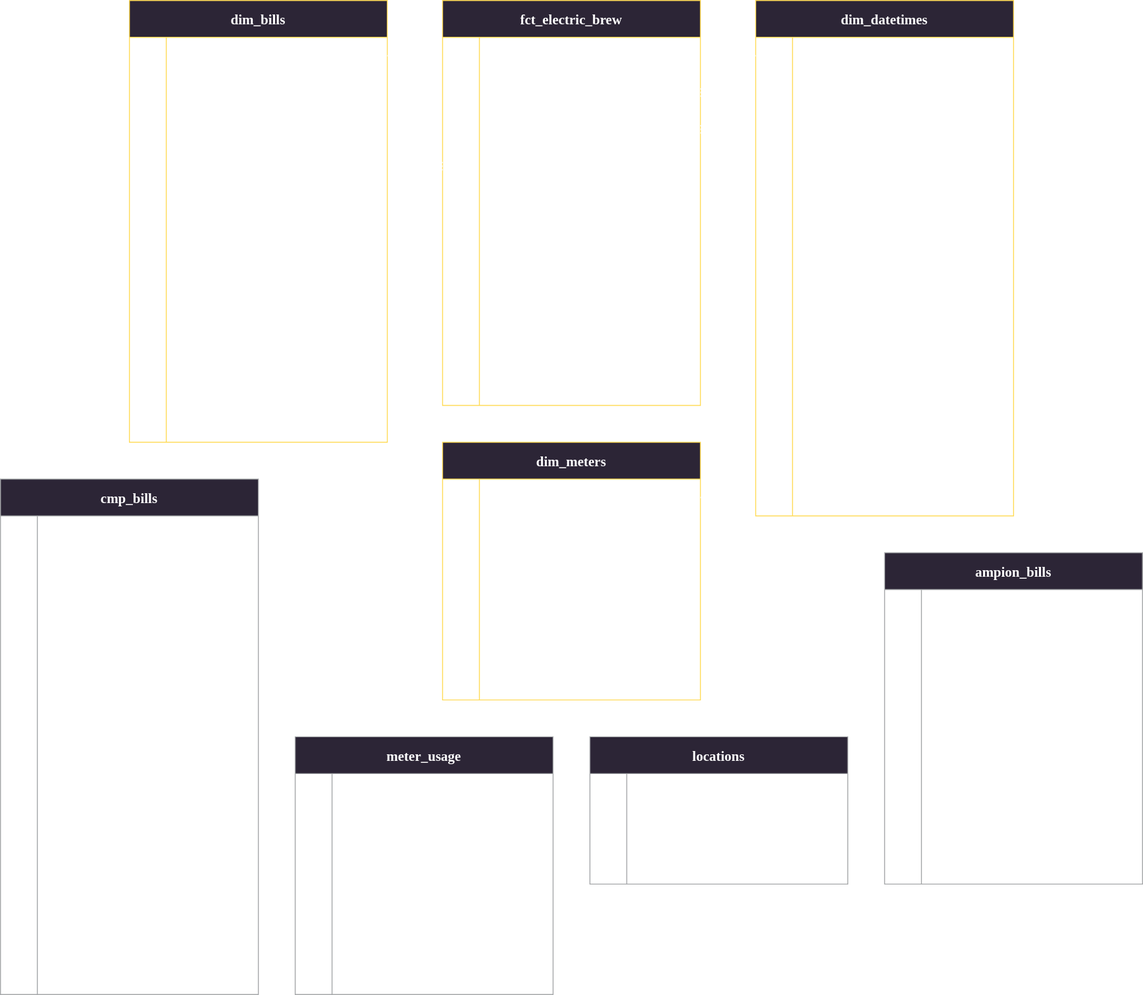
jparkington/Electric-Brew keeps this draw.io diagram as fig/lineage/erd.drawio.svg. Above is the earlier version. Source tidied: cells renumbered, new cells last; positions are measured from the earlier drawing's top-left corner, leaving out a move shared by most shapes.
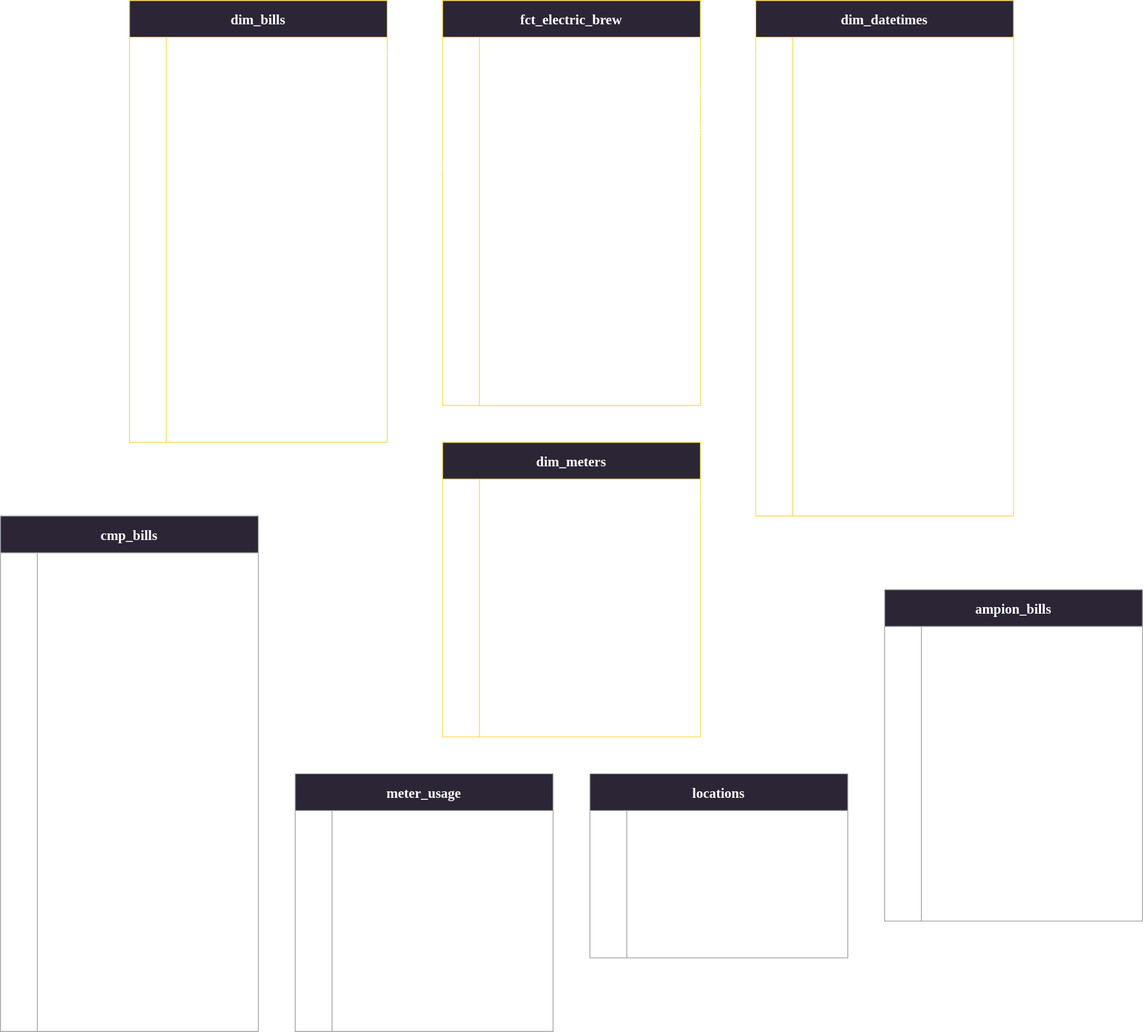
After the change.

What changed in the source:
```diff
@@ -3,7 +3,7 @@
     <mxCell id="0" />
     <mxCell id="1" parent="0" />
     <mxCell id="2" value="meter_usage" style="shape=table;startSize=40;rowLines=0;fontStyle=1;align=center;fontFamily=Menlo;fillColor=#2C2536;fontSize=15;fontColor=#FFFFFF;strokeColor=#A5A7A9;" parent="1" vertex="1">
-      <mxGeometry x="320" y="800" width="280" height="280" as="geometry" />
+      <mxGeometry x="320" y="840" width="280" height="280" as="geometry" />
     </mxCell>
     <mxCell id="3" style="shape=tableRow;horizontal=0;startSize=0;swimlaneHead=0;swimlaneBody=0;fillColor=none;top=0;left=0;right=0;bottom=0;fontFamily=Menlo;fontStyle=0;fontColor=#FFFFFF;strokeColor=#FFFFFF;" parent="2" vertex="1">
       <mxGeometry y="40" width="280" height="40" as="geometry" />
@@ -255,7 +255,7 @@
       <mxGeometry x="40" width="240" height="40" as="geometry" />
     </mxCell>
     <mxCell id="86" value="dim_meters" style="shape=table;startSize=40;rowLines=0;fontStyle=1;align=center;fontFamily=Menlo;fillColor=#2C2536;fontSize=15;fontColor=#FFFFFF;strokeColor=#FFDB58;" parent="1" vertex="1">
-      <mxGeometry x="480" y="480" width="280" height="280" as="geometry" />
+      <mxGeometry x="480" y="480" width="280" height="320" as="geometry" />
     </mxCell>
     <mxCell id="87" style="shape=tableRow;horizontal=0;startSize=0;swimlaneHead=0;swimlaneBody=0;fillColor=none;points=[[0,0.5],[1,0.5]];portConstraint=eastwest;top=0;left=0;right=0;bottom=0;fontFamily=Menlo;fontStyle=0;fontColor=#FFFFFF;strokeColor=#FFFFFF;" parent="86" vertex="1">
       <mxGeometry y="40" width="280" height="40" as="geometry" />
@@ -311,6 +311,15 @@
     <mxCell id="104" value="label VARCHAR" style="shape=partialRectangle;overflow=hidden;fillColor=none;align=left;top=0;left=0;bottom=0;right=0;spacingLeft=12;spacingTop=0;fontFamily=Menlo;fontStyle=0;fontColor=#FFFFFF;strokeColor=#FFFFFF;" parent="102" vertex="1">
       <mxGeometry x="40" width="240" height="40" as="geometry" />
     </mxCell>
+    <mxCell id="223" style="shape=tableRow;horizontal=0;startSize=0;swimlaneHead=0;swimlaneBody=0;fillColor=none;top=0;left=0;right=0;bottom=0;fontFamily=Menlo;fontStyle=0;fontColor=#FFFFFF;strokeColor=#FFFFFF;" parent="86" vertex="1">
+      <mxGeometry y="280" width="280" height="40" as="geometry" />
+    </mxCell>
+    <mxCell id="224" style="shape=partialRectangle;overflow=hidden;fillColor=none;top=0;left=0;bottom=0;right=0;fontFamily=Menlo;fontStyle=1;fontColor=#FFFFFF;strokeColor=#FFFFFF;" parent="223" vertex="1">
+      <mxGeometry width="40" height="40" as="geometry" />
+    </mxCell>
+    <mxCell id="225" value="operational_area VARCHAR" style="shape=partialRectangle;overflow=hidden;fillColor=none;align=left;top=0;left=0;bottom=0;right=0;spacingLeft=12;spacingTop=0;fontFamily=Menlo;fontStyle=0;fontColor=#FFFFFF;strokeColor=#FFFFFF;" parent="223" vertex="1">
+      <mxGeometry x="40" width="240" height="40" as="geometry" />
+    </mxCell>
     <mxCell id="105" value="dim_datetimes" style="shape=table;startSize=40;rowLines=0;fontStyle=1;align=center;fontFamily=Menlo;fillColor=#2C2536;fontSize=15;fontColor=#FFFFFF;strokeColor=#FFDB58;" parent="1" vertex="1">
       <mxGeometry x="820" width="280" height="560" as="geometry" />
     </mxCell>
@@ -432,7 +441,7 @@
       <mxGeometry x="40" width="240" height="40" as="geometry" />
     </mxCell>
     <mxCell id="145" value="locations" style="shape=table;startSize=40;rowLines=0;fontStyle=1;align=center;fontFamily=Menlo;fillColor=#2C2536;fontSize=15;fontColor=#FFFFFF;strokeColor=#A5A7A9;" parent="1" vertex="1">
-      <mxGeometry x="640" y="800" width="280" height="160" as="geometry" />
+      <mxGeometry x="640" y="840" width="280" height="200" as="geometry" />
     </mxCell>
     <mxCell id="146" style="shape=tableRow;horizontal=0;startSize=0;swimlaneHead=0;swimlaneBody=0;fillColor=none;top=0;left=0;right=0;bottom=0;fontFamily=Menlo;fontStyle=0;fontColor=#FFFFFF;strokeColor=#FFFFFF;" parent="145" vertex="1">
       <mxGeometry y="40" width="280" height="40" as="geometry" />
@@ -452,8 +461,17 @@
     <mxCell id="151" value="label VARCHAR" style="shape=partialRectangle;overflow=hidden;fillColor=none;align=left;top=0;left=0;bottom=0;right=0;spacingLeft=12;spacingTop=0;fontFamily=Menlo;fontStyle=0;fontColor=#FFFFFF;strokeColor=#FFFFFF;" parent="149" vertex="1">
       <mxGeometry x="40" width="240" height="40" as="geometry" />
     </mxCell>
+    <mxCell id="226" style="shape=tableRow;horizontal=0;startSize=0;swimlaneHead=0;swimlaneBody=0;fillColor=none;top=0;left=0;right=0;bottom=0;fontFamily=Menlo;fontStyle=0;fontColor=#FFFFFF;strokeColor=#FFFFFF;" parent="145" vertex="1">
+      <mxGeometry y="120" width="280" height="40" as="geometry" />
+    </mxCell>
+    <mxCell id="227" style="shape=partialRectangle;overflow=hidden;fillColor=none;top=0;left=0;bottom=0;right=0;fontFamily=Menlo;fontStyle=1;fontColor=#FFFFFF;strokeColor=#FFFFFF;" parent="226" vertex="1">
+      <mxGeometry width="40" height="40" as="geometry" />
+    </mxCell>
+    <mxCell id="228" value="operational_area VARCHAR" style="shape=partialRectangle;overflow=hidden;fillColor=none;align=left;top=0;left=0;bottom=0;right=0;spacingLeft=12;spacingTop=0;fontFamily=Menlo;fontStyle=0;fontColor=#FFFFFF;strokeColor=#FFFFFF;" parent="226" vertex="1">
+      <mxGeometry x="40" width="240" height="40" as="geometry" />
+    </mxCell>
     <mxCell id="152" style="shape=tableRow;horizontal=0;startSize=0;swimlaneHead=0;swimlaneBody=0;fillColor=none;top=0;left=0;right=0;bottom=0;fontFamily=Menlo;fontStyle=0;fontColor=#FFFFFF;strokeColor=#FFFFFF;" parent="145" vertex="1">
-      <mxGeometry y="120" width="280" height="40" as="geometry" />
+      <mxGeometry y="160" width="280" height="40" as="geometry" />
     </mxCell>
     <mxCell id="153" style="shape=partialRectangle;overflow=hidden;fillColor=none;top=0;left=0;bottom=0;right=0;fontFamily=Menlo;fontStyle=1;fontColor=#FFFFFF;strokeColor=#FFFFFF;" parent="152" vertex="1">
       <mxGeometry width="40" height="40" as="geometry" />
@@ -462,7 +480,7 @@
       <mxGeometry x="40" width="240" height="40" as="geometry" />
     </mxCell>
     <mxCell id="155" value="cmp_bills" style="shape=table;startSize=40;rowLines=0;fontStyle=1;align=center;fontFamily=Menlo;fillColor=#2C2536;fontSize=15;fontColor=#FFFFFF;strokeColor=#A5A7A9;" parent="1" vertex="1">
-      <mxGeometry y="520" width="280" height="560" as="geometry" />
+      <mxGeometry y="560" width="280" height="560" as="geometry" />
     </mxCell>
     <mxCell id="156" style="shape=tableRow;horizontal=0;startSize=0;swimlaneHead=0;swimlaneBody=0;fillColor=none;top=0;left=0;right=0;bottom=0;fontFamily=Menlo;fontStyle=0;fontColor=#FFFFFF;strokeColor=#FFFFFF;" parent="155" vertex="1">
       <mxGeometry y="40" width="280" height="40" as="geometry" />
@@ -591,7 +609,7 @@
       <mxGeometry relative="1" as="geometry" />
     </mxCell>
     <mxCell id="198" value="ampion_bills" style="shape=table;startSize=40;rowLines=0;fontStyle=1;align=center;fontFamily=Menlo;fillColor=#2C2536;fontSize=15;fontColor=#FFFFFF;strokeColor=#A5A7A9;" parent="1" vertex="1">
-      <mxGeometry x="960" y="600" width="280" height="360" as="geometry" />
+      <mxGeometry x="960" y="640" width="280" height="360" as="geometry" />
     </mxCell>
     <mxCell id="199" style="shape=tableRow;horizontal=0;startSize=0;swimlaneHead=0;swimlaneBody=0;fillColor=none;top=0;left=0;right=0;bottom=0;fontFamily=Menlo;fontStyle=0;fontColor=#FFFFFF;strokeColor=#FFFFFF;" parent="198" vertex="1">
       <mxGeometry y="40" width="280" height="40" as="geometry" />
```
